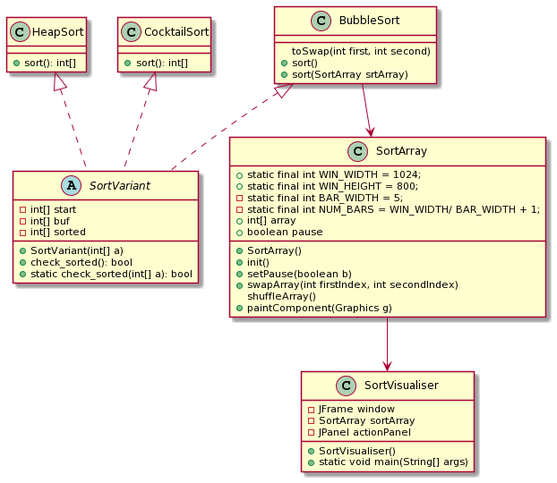
dmnistratov/SummerPractice-moevm keeps this PlantUML diagram as diagrams/uml.png. Above is the earlier version.
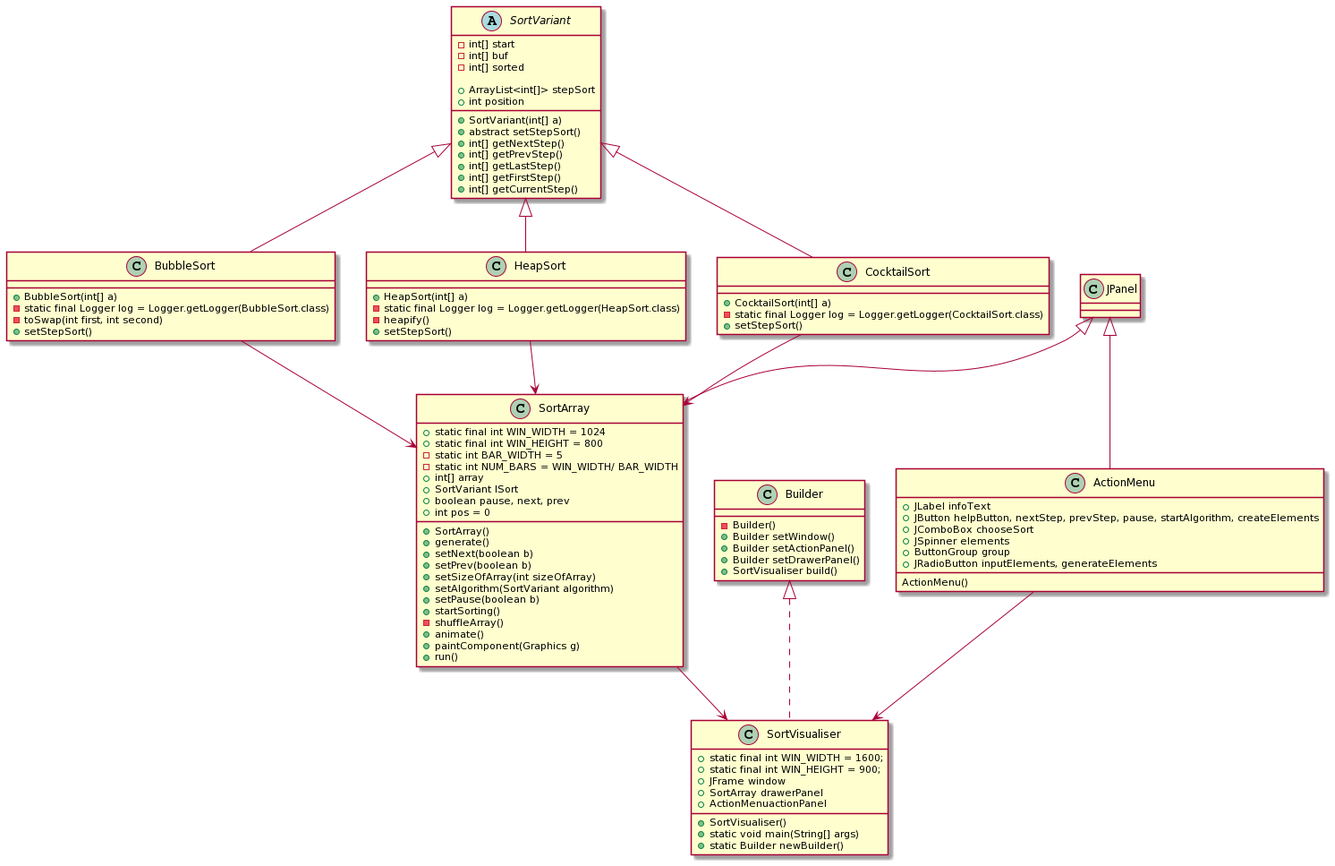
The same file after the commit.

Change to the diagram source:
```diff
@@ -5,51 +5,93 @@
 -int[] sorted
 
 +SortVariant(int[] a)
-+check_sorted(): bool
-+static check_sorted(int[] a): bool
++ArrayList<int[]> stepSort
++int position
++abstract setStepSort()
++int[] getNextStep()
++int[] getPrevStep()
++int[] getLastStep()
++int[] getFirstStep()
++int[] getCurrentStep()
 }
 
-class BubbleSort{
-toSwap(int first, int second)
-+sort()
-+sort(SortArray srtArray)
+class BubbleSort extends SortVariant{
++BubbleSort(int[] a)
+-static final Logger log = Logger.getLogger(BubbleSort.class)
+-toSwap(int first, int second)
++setStepSort()
 }
 
-class HeapSort{
-+sort(): int[]
+class HeapSort extends SortVariant{
++HeapSort(int[] a)
+-static final Logger log = Logger.getLogger(HeapSort.class)
+-heapify()
++setStepSort()
 }
 
-class CocktailSort{
-
-+sort(): int[]
+class CocktailSort extends SortVariant{
++CocktailSort(int[] a)
+-static final Logger log = Logger.getLogger(CocktailSort.class)
++setStepSort()
 }
 
-class SortArray{
-+static final int WIN_WIDTH = 1024;
-+static final int WIN_HEIGHT = 800;
--static final int BAR_WIDTH = 5;
--static final int NUM_BARS = WIN_WIDTH/ BAR_WIDTH + 1;
+class SortArray extends JPanel{
++static final int WIN_WIDTH = 1024
++static final int WIN_HEIGHT = 800
+-static int BAR_WIDTH = 5
+-static int NUM_BARS = WIN_WIDTH/ BAR_WIDTH
 +int[] array
-+boolean pause
++SortVariant ISort
++boolean pause, next, prev
++int pos = 0
 +SortArray()
-+init()
++generate()
++setNext(boolean b)
++setPrev(boolean b)
++setSizeOfArray(int sizeOfArray)
++setAlgorithm(SortVariant algorithm)
 +setPause(boolean b)
-+swapArray(int firstIndex, int secondIndex)
-shuffleArray()
++startSorting()
+-shuffleArray()
++animate()
 +paintComponent(Graphics g)
++run()
 }
 
 class SortVisualiser{
--JFrame window
--SortArray sortArray
--JPanel actionPanel
++static final int WIN_WIDTH = 1600;
++static final int WIN_HEIGHT = 900;
++JFrame window
++SortArray drawerPanel
++ActionMenuactionPanel
 +SortVisualiser()
 +static void main(String[] args)
++static Builder newBuilder()
+
 }
 
-BubbleSort<|..SortVariant
-HeapSort<|..SortVariant
-CocktailSort<|..SortVariant
+class Builder {
+-Builder()
++Builder setWindow()
++Builder setActionPanel()
++Builder setDrawerPanel()
++SortVisualiser build()
+}
+
+class ActionMenu extends JPanel{
++JLabel infoText
++JButton helpButton, nextStep, prevStep, pause, startAlgorithm, createElements
++JComboBox chooseSort
++JSpinner elements
++ButtonGroup group
++JRadioButton inputElements, generateElements
+ActionMenu()
+}
+
 BubbleSort-->SortArray
+HeapSort -->SortArray
+CocktailSort -->SortArray
 SortArray-->SortVisualiser
+Builder<|..SortVisualiser
+ActionMenu-->SortVisualiser
 @enduml
```
